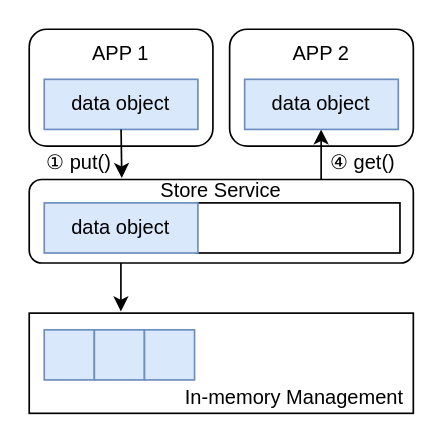
Earlier version of the draw.io diagram 3m_paper/in memory management.drawio (linqinluli/picture_draw). Source tidied: cells renumbered, new cells numbered last; positions are measured from the earlier drawing's top-left corner, leaving out a move shared by most shapes. Both pictures are drawn from the tidied source at 167%, with x=0, y=0 at pixel (28, 28).
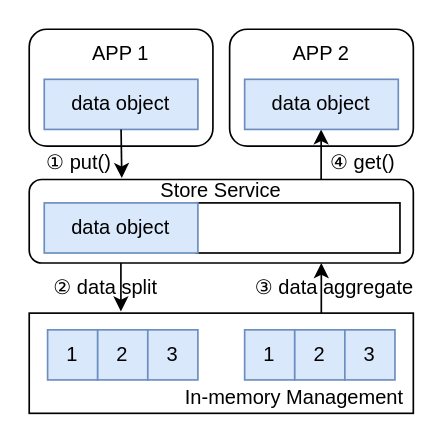
The same page after the edit.

Diff of the diagram source:
```diff
@@
-    <mxCell id="19" style="rounded=0;whiteSpace=wrap;html=1;fillColor=#dae8fc;strokeColor=#6c8ebf;" parent="1" vertex="1">
-      <mxGeometry x="9" y="180" width="30" height="30" as="geometry" />
+    <mxCell id="19" value="1" style="rounded=0;whiteSpace=wrap;html=1;fillColor=#dae8fc;strokeColor=#6c8ebf;" parent="1" vertex="1">
+      <mxGeometry x="11" y="180" width="30" height="30" as="geometry" />
     </mxCell>
-    <mxCell id="20" style="rounded=0;whiteSpace=wrap;html=1;fillColor=#dae8fc;strokeColor=#6c8ebf;" parent="1" vertex="1">
-      <mxGeometry x="39" y="180" width="30" height="30" as="geometry" />
+    <mxCell id="20" value="2" style="rounded=0;whiteSpace=wrap;html=1;fillColor=#dae8fc;strokeColor=#6c8ebf;" parent="1" vertex="1">
+      <mxGeometry x="41" y="180" width="30" height="30" as="geometry" />
     </mxCell>
-    <mxCell id="21" style="rounded=0;whiteSpace=wrap;html=1;fillColor=#dae8fc;strokeColor=#6c8ebf;" parent="1" vertex="1">
-      <mxGeometry x="69" y="180" width="30" height="30" as="geometry" />
+    <mxCell id="21" value="3" style="rounded=0;whiteSpace=wrap;html=1;fillColor=#dae8fc;strokeColor=#6c8ebf;" parent="1" vertex="1">
+      <mxGeometry x="71" y="180" width="30" height="30" as="geometry" />
     </mxCell>
+    <mxCell id="22" value="② data split" style="text;html=1;align=center;verticalAlign=middle;whiteSpace=wrap;rounded=0;" parent="1" vertex="1">
+      <mxGeometry x="11" y="140" width="70" height="30" as="geometry" />
+    </mxCell>
+    <mxCell id="23" style="endArrow=classic;html=1;rounded=0;entryX=0.25;entryY=1;entryDx=0;entryDy=0;exitX=0.627;exitY=0;exitDx=0;exitDy=0;exitPerimeter=0;" parent="1" edge="1">
+      <mxGeometry relative="1" as="geometry">
+        <mxPoint x="174.9" y="170" as="sourcePoint" />
+        <mxPoint x="174.9" y="140" as="targetPoint" />
+      </mxGeometry>
+    </mxCell>
+    <mxCell id="24" value="③ data aggregate" style="text;html=1;align=center;verticalAlign=middle;whiteSpace=wrap;rounded=0;" parent="1" vertex="1">
+      <mxGeometry x="133" y="140" width="100" height="30" as="geometry" />
+    </mxCell>
+    <mxCell id="25" value="1" style="rounded=0;whiteSpace=wrap;html=1;fillColor=#dae8fc;strokeColor=#6c8ebf;" parent="1" vertex="1">
+      <mxGeometry x="129" y="180" width="30" height="30" as="geometry" />
+    </mxCell>
+    <mxCell id="26" value="2" style="rounded=0;whiteSpace=wrap;html=1;fillColor=#dae8fc;strokeColor=#6c8ebf;" parent="1" vertex="1">
+      <mxGeometry x="159" y="180" width="30" height="30" as="geometry" />
+    </mxCell>
+    <mxCell id="27" value="3" style="rounded=0;whiteSpace=wrap;html=1;fillColor=#dae8fc;strokeColor=#6c8ebf;" parent="1" vertex="1">
+      <mxGeometry x="189" y="180" width="30" height="30" as="geometry" />
+    </mxCell>
```
